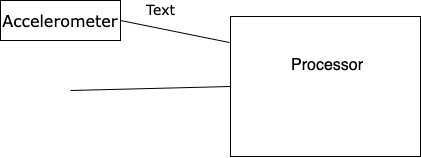
SlumberParty/claires-making-embedded-systems-coursework keeps this draw.io diagram as software-block-diagram-week-1.png. Above is the earlier version. Source tidied: cells renumbered, new cells last; positions are measured from the earlier drawing's top-left corner, leaving out a move shared by most shapes.
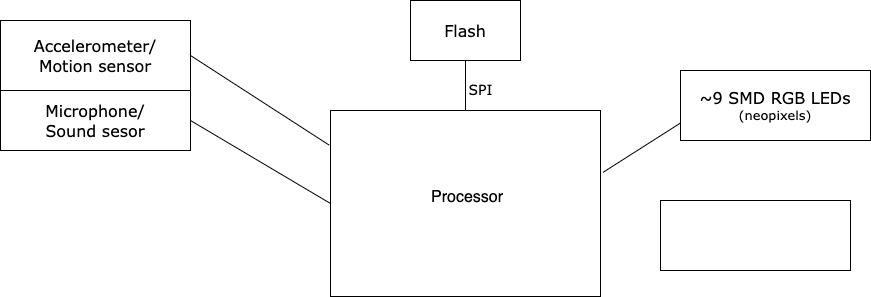
Above is the later version.

Change to the diagram source:
```diff
@@ -2,22 +2,41 @@
   <root>
     <mxCell id="0" />
     <mxCell id="1" parent="0" />
-    <mxCell id="2" value="&lt;p style=&quot;text-align: center ; margin: 4px 0px 0px&quot;&gt;&lt;/p&gt;&lt;p style=&quot;text-align: center ; margin: 0px 0px 0px 4px&quot;&gt;&lt;font style=&quot;font-size: 14px&quot;&gt;&lt;br&gt;&lt;/font&gt;&lt;/p&gt;&lt;p style=&quot;text-align: center ; margin: 0px 0px 0px 4px&quot;&gt;&lt;font size=&quot;3&quot;&gt;&lt;br&gt;&lt;/font&gt;&lt;/p&gt;&lt;p style=&quot;text-align: center ; margin: 0px 0px 0px 4px&quot;&gt;&lt;font size=&quot;3&quot;&gt;Processor&lt;/font&gt;&lt;/p&gt;" style="verticalAlign=top;align=left;overflow=fill;fontSize=12;fontFamily=Helvetica;html=1;rounded=0;shadow=0;comic=0;labelBackgroundColor=none;strokeWidth=1;" parent="1" vertex="1">
-      <mxGeometry x="230" y="16" width="190" height="140" as="geometry" />
+    <mxCell id="2" value="&lt;p style=&quot;text-align: center ; margin: 4px 0px 0px&quot;&gt;&lt;/p&gt;&lt;p style=&quot;text-align: center ; margin: 0px 0px 0px 4px&quot;&gt;&lt;font style=&quot;font-size: 14px&quot;&gt;&lt;br&gt;&lt;/font&gt;&lt;/p&gt;&lt;p style=&quot;text-align: center ; margin: 0px 0px 0px 4px&quot;&gt;&lt;font size=&quot;3&quot;&gt;&lt;br&gt;&lt;/font&gt;&lt;/p&gt;&lt;p style=&quot;text-align: center ; margin: 0px 0px 0px 4px&quot;&gt;&lt;font size=&quot;3&quot;&gt;&lt;br&gt;&lt;/font&gt;&lt;/p&gt;&lt;p style=&quot;text-align: center ; margin: 0px 0px 0px 4px&quot;&gt;&lt;span style=&quot;font-size: medium&quot;&gt;&lt;br&gt;&lt;/span&gt;&lt;/p&gt;&lt;p style=&quot;text-align: center ; margin: 0px 0px 0px 4px&quot;&gt;&lt;span style=&quot;font-size: medium&quot;&gt;Processor&lt;/span&gt;&lt;br&gt;&lt;/p&gt;" style="verticalAlign=top;align=left;overflow=fill;fontSize=12;fontFamily=Helvetica;html=1;rounded=0;shadow=0;comic=0;labelBackgroundColor=none;strokeWidth=1;" parent="1" vertex="1">
+      <mxGeometry x="230" y="-30" width="270" height="186" as="geometry" />
     </mxCell>
-    <mxCell id="3" value="&lt;font size=&quot;3&quot;&gt;Accelerometer&lt;/font&gt;" style="rounded=0;whiteSpace=wrap;html=1;fontFamily=Verdana;fontSize=13;" parent="1" vertex="1">
-      <mxGeometry width="120" height="40" as="geometry" />
+    <mxCell id="3" value="&lt;font size=&quot;3&quot;&gt;Accelerometer/&lt;br&gt;Motion sensor&lt;/font&gt;" style="rounded=0;whiteSpace=wrap;html=1;fontFamily=Verdana;fontSize=13;" parent="1" vertex="1">
+      <mxGeometry x="-100" y="-120" width="190" height="70" as="geometry" />
     </mxCell>
-    <mxCell id="4" style="endArrow=none;html=1;rounded=0;fontFamily=Verdana;fontSize=14;entryX=0;entryY=0.5;entryDx=0;entryDy=0;" parent="1" edge="1" target="2">
-      <mxGeometry relative="1" as="geometry">
-        <mxPoint x="70" y="90" as="sourcePoint" />
-      </mxGeometry>
+    <mxCell id="4" style="endArrow=none;html=1;rounded=0;fontFamily=Verdana;fontSize=14;entryX=0;entryY=0.5;entryDx=0;entryDy=0;exitX=1;exitY=0.5;exitDx=0;exitDy=0;" parent="1" edge="1" source="8" target="2">
+      <mxGeometry relative="1" as="geometry" />
     </mxCell>
+    <mxCell id="7" style="group;" parent="1" vertex="1">
+      <mxGeometry x="360" y="-60" width="40" height="20" as="geometry" />
+    </mxCell>
-    <mxCell id="5" style="endArrow=none;html=1;rounded=0;fontFamily=Verdana;fontSize=14;entryX=-0.005;entryY=0.186;entryDx=0;entryDy=0;entryPerimeter=0;exitX=1;exitY=0.5;exitDx=0;exitDy=0;" parent="1" edge="1" source="3" target="2">
+    <mxCell id="5" style="endArrow=none;html=1;rounded=0;fontFamily=Verdana;fontSize=14;entryX=-0.005;entryY=0.186;entryDx=0;entryDy=0;entryPerimeter=0;exitX=1;exitY=0.5;exitDx=0;exitDy=0;" parent="7" edge="1" source="3" target="2">
       <mxGeometry relative="1" as="geometry" />
     </mxCell>
-    <mxCell id="6" value="Text" style="text;html=1;align=center;verticalAlign=middle;strokeColor=none;fillColor=none;fontSize=14;fontFamily=Verdana;" parent="1" vertex="1">
-      <mxGeometry x="140" width="40" height="20" as="geometry" />
+    <mxCell id="6" value="SPI" style="text;html=1;align=center;verticalAlign=middle;strokeColor=none;fillColor=none;fontSize=14;fontFamily=Verdana;" parent="7" vertex="1">
+      <mxGeometry width="40" height="20" as="geometry" />
     </mxCell>
+    <mxCell id="8" value="&lt;font size=&quot;3&quot;&gt;Microphone/&lt;br&gt;Sound sesor&lt;br&gt;&lt;/font&gt;" style="rounded=0;whiteSpace=wrap;html=1;fontFamily=Verdana;fontSize=13;" parent="1" vertex="1">
+      <mxGeometry x="-100" y="-50" width="190" height="60" as="geometry" />
+    </mxCell>
+    <mxCell id="9" value="&lt;font size=&quot;3&quot;&gt;Flash&lt;/font&gt;" style="rounded=0;whiteSpace=wrap;html=1;fontFamily=Verdana;fontSize=13;" parent="1" vertex="1">
+      <mxGeometry x="310" y="-140" width="110" height="60" as="geometry" />
+    </mxCell>
+    <mxCell id="10" value="&lt;font size=&quot;3&quot;&gt;~9 SMD RGB LEDs&lt;br&gt;&lt;/font&gt;(neopixels)" style="rounded=0;whiteSpace=wrap;html=1;fontFamily=Verdana;fontSize=13;" parent="1" vertex="1">
+      <mxGeometry x="580" y="-70" width="190" height="70" as="geometry" />
+    </mxCell>
+    <mxCell id="11" style="endArrow=none;html=1;rounded=0;fontFamily=Verdana;fontSize=14;entryX=0;entryY=0.75;entryDx=0;entryDy=0;exitX=1.01;exitY=0.332;exitDx=0;exitDy=0;exitPerimeter=0;" parent="1" edge="1" source="2" target="10">
+      <mxGeometry relative="1" as="geometry" />
+    </mxCell>
+    <mxCell id="12" style="endArrow=none;html=1;rounded=0;fontFamily=Verdana;fontSize=14;entryX=0.5;entryY=0;entryDx=0;entryDy=0;exitX=0.5;exitY=1;exitDx=0;exitDy=0;" parent="1" edge="1" source="9" target="2">
+      <mxGeometry relative="1" as="geometry" />
+    </mxCell>
+    <mxCell id="13" style="rounded=0;whiteSpace=wrap;html=1;fontFamily=Verdana;fontSize=13;" parent="1" vertex="1">
+      <mxGeometry x="560" y="60" width="190" height="70" as="geometry" />
+    </mxCell>
   </root>
 </mxGraphModel>
```
